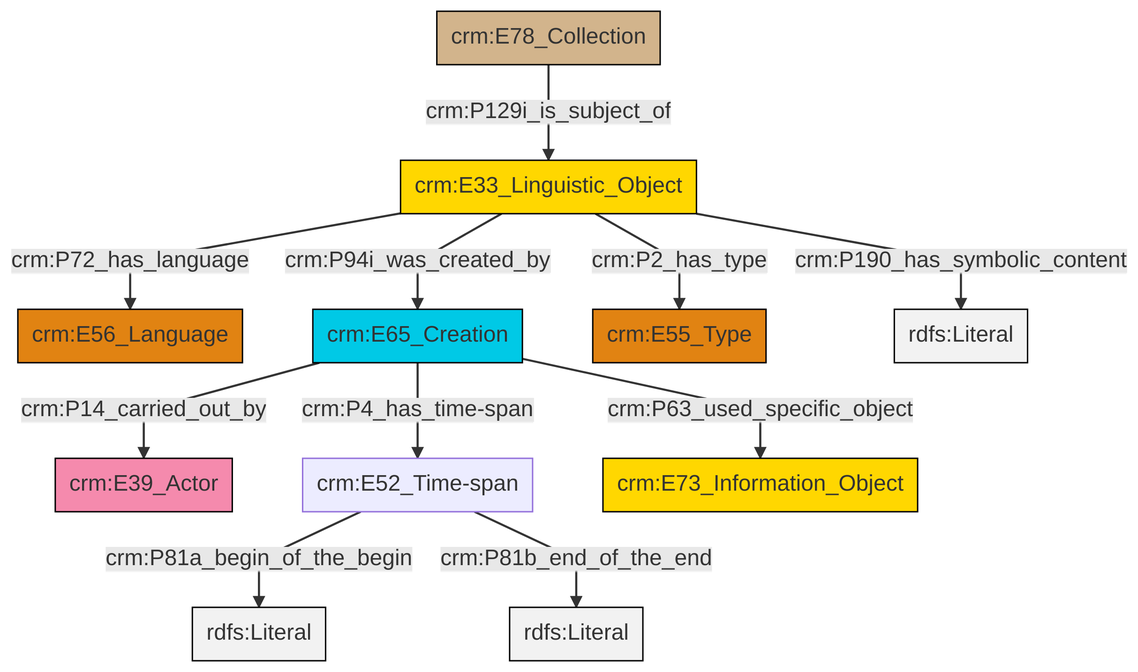
swiss-art-research-net/docs.swissartresearch keeps this Mermaid diagram as et/archivalCSV/ttl/mmd/png/archival_desc.png. Above is the earlier version. Its source is kept beside it as et/archivalCSV/ttl/mmd/archival_desc.ttl.mmd.
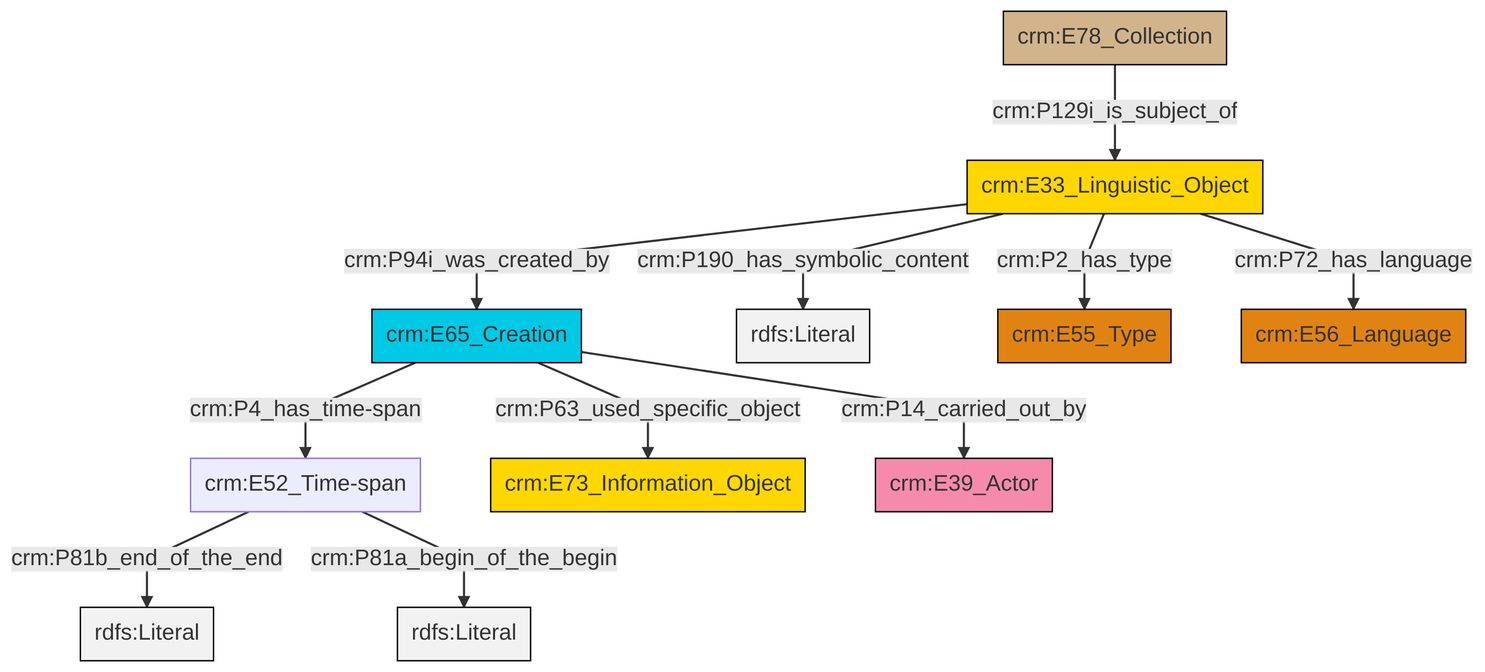
Above is the later version.

What changed in the source:
```diff
@@ -13,13 +13,13 @@
 classDef PC_Classes fill:#4ce600, stroke:#000000;
 classDef Multi fill:#cccccc,stroke:#000000;
 
-0["crm:E33_Linguistic_Object"]:::Conceptual_Object -->|crm:P72_has_language| 1["crm:E56_Language"]:::Type
-2["crm:E65_Creation"]:::Temporal_Entity -->|crm:P14_carried_out_by| 3["crm:E39_Actor"]:::Actor
-2["crm:E65_Creation"]:::Temporal_Entity -->|crm:P4_has_time-span| 5["crm:E52_Time-span"]:::Default
-0["crm:E33_Linguistic_Object"]:::Conceptual_Object -->|crm:P2_has_type| 6["crm:E55_Type"]:::Type
-0["crm:E33_Linguistic_Object"]:::Conceptual_Object -->|crm:P190_has_symbolic_content| 7[rdfs:Literal]:::Literal
-0["crm:E33_Linguistic_Object"]:::Conceptual_Object -->|crm:P94i_was_created_by| 2["crm:E65_Creation"]:::Temporal_Entity
-9["crm:E78_Collection"]:::Physical_Thing -->|crm:P129i_is_subject_of| 0["crm:E33_Linguistic_Object"]:::Conceptual_Object
-5["crm:E52_Time-span"]:::Default -->|crm:P81a_begin_of_the_begin| 13[rdfs:Literal]:::Literal
-2["crm:E65_Creation"]:::Temporal_Entity -->|crm:P63_used_specific_object| 14["crm:E73_Information_Object"]:::Conceptual_Object
-5["crm:E52_Time-span"]:::Default -->|crm:P81b_end_of_the_end| 15[rdfs:Literal]:::Literal
+2["crm:E33_Linguistic_Object"]:::Conceptual_Object -->|crm:P94i_was_created_by| 3["crm:E65_Creation"]:::Temporal_Entity
+3["crm:E65_Creation"]:::Temporal_Entity -->|crm:P4_has_time-span| 0["crm:E52_Time-span"]:::Default
+3["crm:E65_Creation"]:::Temporal_Entity -->|crm:P63_used_specific_object| 4["crm:E73_Information_Object"]:::Conceptual_Object
+2["crm:E33_Linguistic_Object"]:::Conceptual_Object -->|crm:P190_has_symbolic_content| 5[rdfs:Literal]:::Literal
+2["crm:E33_Linguistic_Object"]:::Conceptual_Object -->|crm:P2_has_type| 6["crm:E55_Type"]:::Type
+0["crm:E52_Time-span"]:::Default -->|crm:P81b_end_of_the_end| 11[rdfs:Literal]:::Literal
+12["crm:E78_Collection"]:::Physical_Thing -->|crm:P129i_is_subject_of| 2["crm:E33_Linguistic_Object"]:::Conceptual_Object
+3["crm:E65_Creation"]:::Temporal_Entity -->|crm:P14_carried_out_by| 13["crm:E39_Actor"]:::Actor
+0["crm:E52_Time-span"]:::Default -->|crm:P81a_begin_of_the_begin| 14[rdfs:Literal]:::Literal
+2["crm:E33_Linguistic_Object"]:::Conceptual_Object -->|crm:P72_has_language| 9["crm:E56_Language"]:::Type
```
